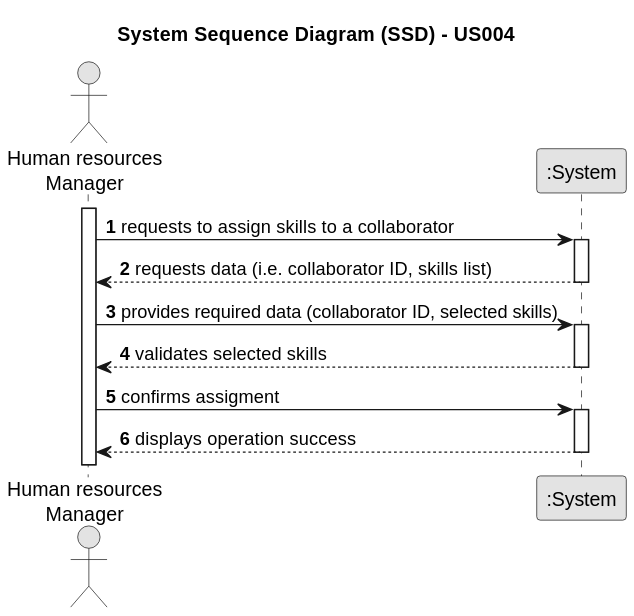
ricardomm7/leaflink keeps this PlantUML diagram as docs/sprintA/us004/01.requirements-engineering/svg/us004-system-sequence-diagram-alternative-one.svg. Above is the earlier version.
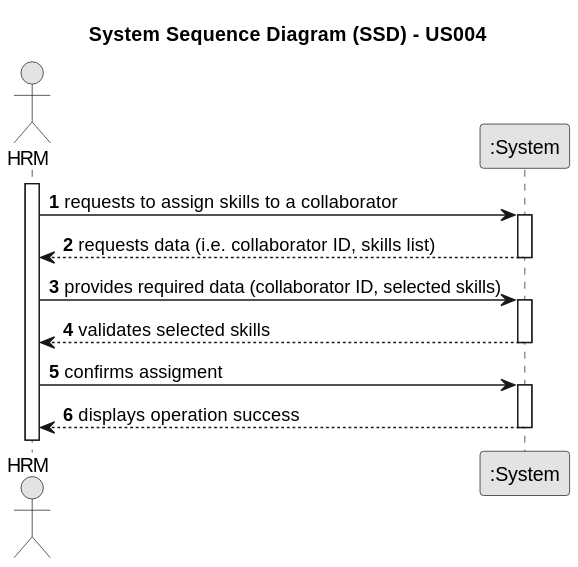
Above is the later version.

The edit, as a diff of the source:
```diff
@@ -7,7 +7,7 @@
 
 autonumber
 
-actor "Human resources\nManager" as HRM
+actor "HRM" as HRM
 participant ":System" as System
 
 activate HRM
```
